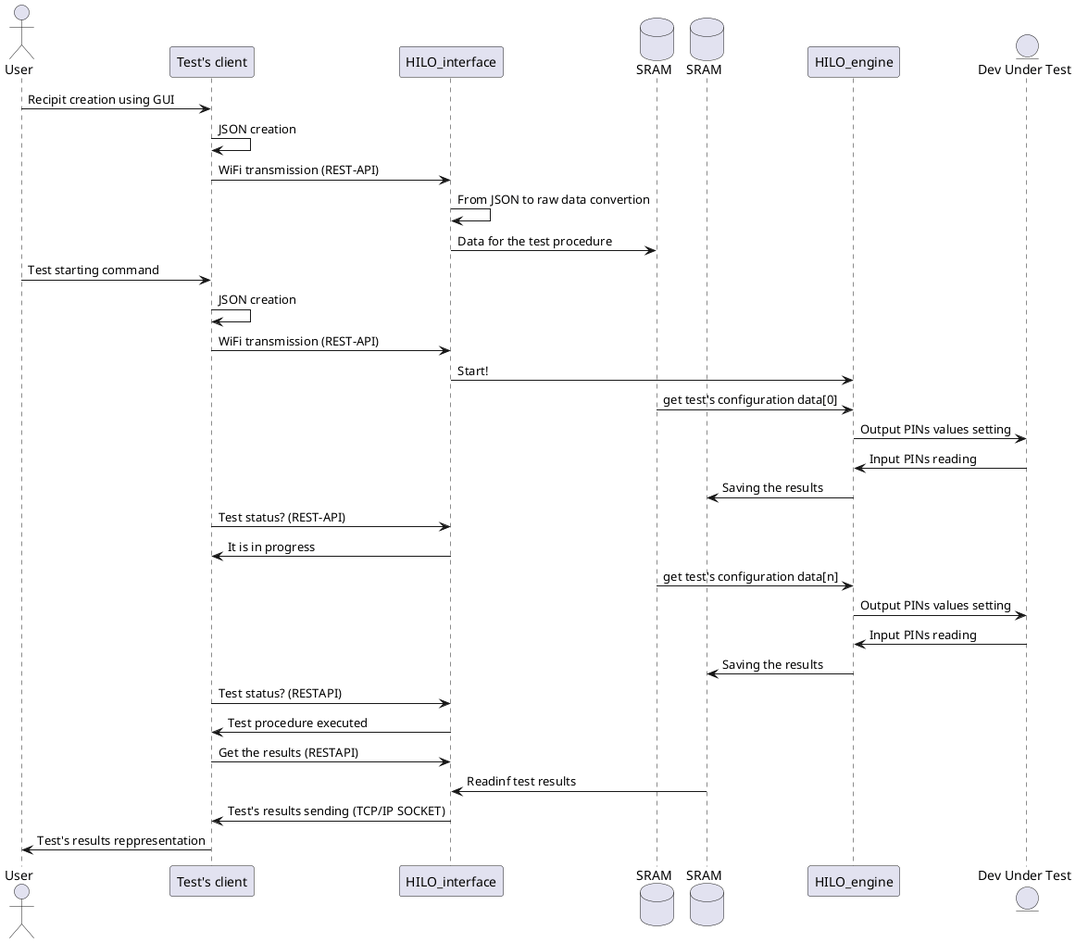
Earlier version of the PlantUML export images/overviewFirmwarSequenceDiagram.png (catinella/HILO).
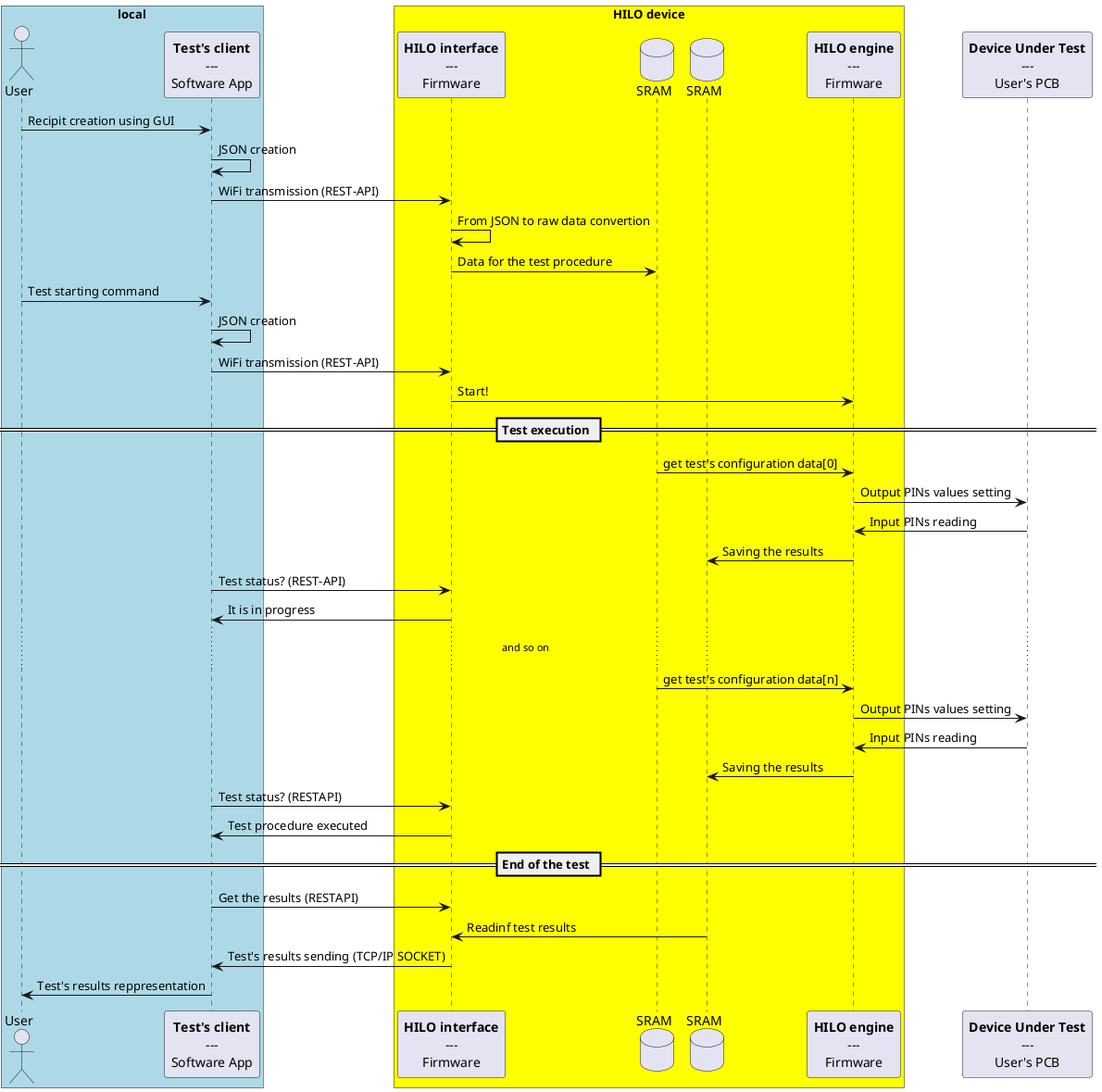
Later version of the same file.

The edit, as a diff of the source:
```diff
@@ -1,12 +1,47 @@
 @startuml
 
-actor       "User"           as USER
-participant "Test's client"  as TCL
-participant "HILO_interface" as HILOIF
-database    "SRAM"           as SRAM1
-database    "SRAM"           as SRAM2
-participant "HILO_engine"    as HILOEN
-entity      "Dev Under Test" as DUT
+
+actor "User" as USER
+
+participant TCL [
+	**Test's client**
+	---
+	Software App
+]
+
+box "local" #LightBlue
+	actor USER
+	participant TCL
+end box
+
+participant HILOIF [
+	**HILO interface**
+	---
+	Firmware
+]
+
+database "SRAM" as SRAM1
+database "SRAM" as SRAM2
+
+participant HILOEN [
+	**HILO engine**
+	---
+	Firmware
+]
+
+box "HILO device" #Yellow
+	participant HILOIF
+	database    SRAM1
+	database    SRAM2
+	participant HILOEN
+end box
+
+participant DUT [
+	**Device Under Test**
+	---
+	User's PCB
+]
+
 
 USER   -> TCL:    Recipit creation using GUI
 TCL    -> TCL:    JSON creation
@@ -17,6 +52,9 @@
 TCL    -> TCL:    JSON creation
 TCL    -> HILOIF: WiFi transmission (REST-API)
 HILOIF -> HILOEN: Start!
+
+== Test execution ==
+
 SRAM1  -> HILOEN: get test's configuration data[0]
 HILOEN -> DUT:    Output PINs values setting
 DUT    -> HILOEN: Input PINs reading
@@ -24,6 +62,8 @@
 
 TCL    -> HILOIF: Test status? (REST-API)
 HILOIF -> TCL:    It is in progress
+
+... and so on...
 
 SRAM1  -> HILOEN: get test's configuration data[n]
 HILOEN -> DUT:    Output PINs values setting
@@ -33,6 +73,8 @@
 TCL    -> HILOIF: Test status? (RESTAPI)
 HILOIF -> TCL:    Test procedure executed
 
+== End of the test ==
+
 TCL    -> HILOIF: Get the results (RESTAPI)
 SRAM2  -> HILOIF: Readinf test results
 HILOIF -> TCL:    Test's results sending (TCP/IP SOCKET)
```
